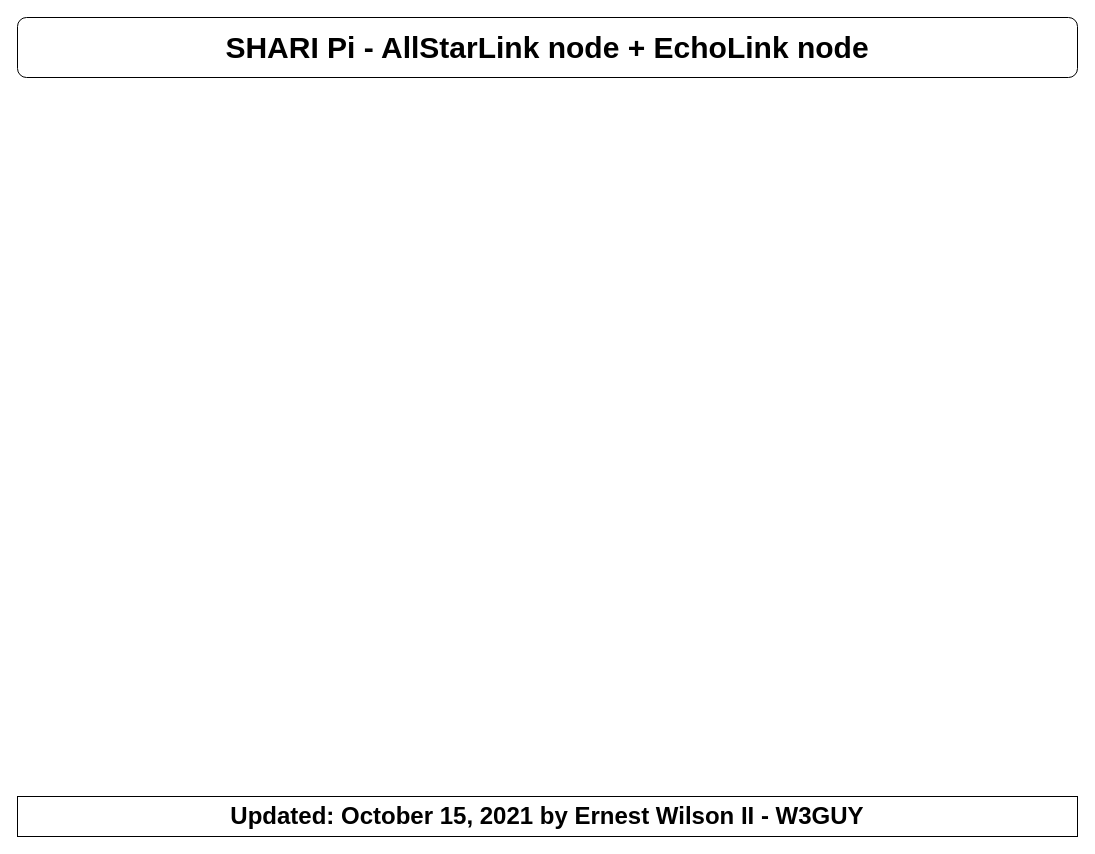
This is EchoLink-AllStarLink.drawio from ernestgwilsonii/EchoLink-AllStarLink, a draw.io file, before an edit. Source tidied: cells renumbered, new cells numbered last; positions are measured from the earlier drawing's top-left corner, leaving out a move shared by most shapes. Both pictures are drawn from the tidied source at 100%, with x=0, y=0 at pixel (17, 17). Pictures stored in the file or linked from it are replaced by grey dashed boxes.
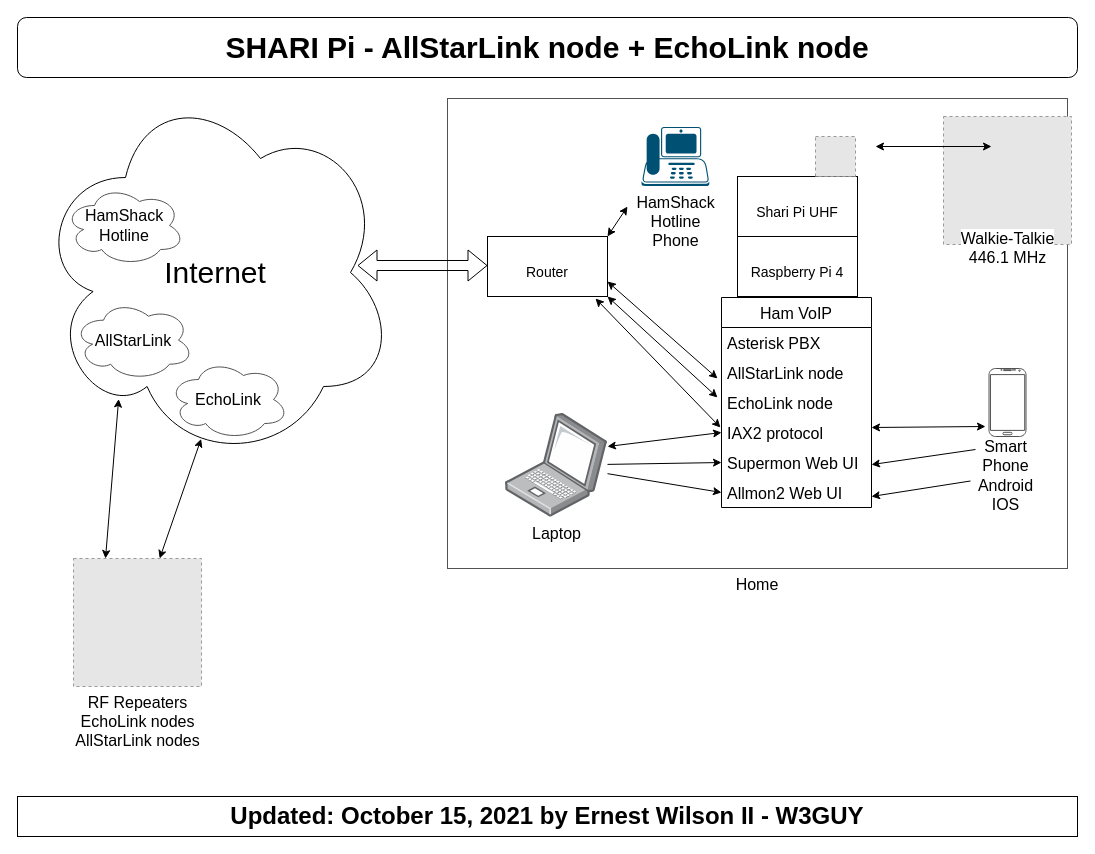
Above is the later version.

Change to the diagram source:
```diff
@@
+    <mxCell id="4" value="Home" style="rounded=0;whiteSpace=wrap;html=1;fontSize=16;strokeColor=#525252;labelPosition=center;verticalLabelPosition=bottom;align=center;verticalAlign=top;" parent="1" vertex="1">
+      <mxGeometry x="430" y="81" width="620" height="470" as="geometry" />
+    </mxCell>
@@
+    <mxCell id="5" value="Internet" style="ellipse;shape=cloud;whiteSpace=wrap;html=1;fontSize=30;" parent="1" vertex="1">
+      <mxGeometry x="18" y="65" width="360" height="380" as="geometry" />
+    </mxCell>
+    <mxCell id="6" value="&lt;font style=&quot;font-size: 14px&quot;&gt;Raspberry Pi 4&lt;/font&gt;" style="rounded=0;whiteSpace=wrap;html=1;fontSize=30;" parent="1" vertex="1">
+      <mxGeometry x="720" y="219" width="120" height="60" as="geometry" />
+    </mxCell>
+    <mxCell id="7" value="&lt;font style=&quot;font-size: 14px&quot;&gt;Shari Pi UHF&lt;br&gt;&lt;/font&gt;" style="rounded=0;whiteSpace=wrap;html=1;fontSize=30;" parent="1" vertex="1">
+      <mxGeometry x="720" y="159" width="120" height="60" as="geometry" />
+    </mxCell>
+    <mxCell id="8" style="fillColor=#E6E6E6;strokeColor=#999999;dashed=1;html=1;verticalAlign=top;verticalLabelPosition=bottom;labelBackgroundColor=#ffffff;fontSize=14;" parent="1" vertex="1">
+      <mxGeometry x="798" y="119" width="40" height="40" as="geometry" />
+    </mxCell>
+    <mxCell id="9" value="&lt;font style=&quot;font-size: 14px&quot;&gt;Router&lt;/font&gt;" style="rounded=0;whiteSpace=wrap;html=1;fontSize=30;" parent="1" vertex="1">
+      <mxGeometry x="470" y="219" width="120" height="60" as="geometry" />
+    </mxCell>
+    <mxCell id="10" value="&lt;font style=&quot;font-size: 16px&quot;&gt;Walkie-Talkie&lt;br&gt;446.1 MHz&lt;/font&gt;" style="fillColor=#E6E6E6;strokeColor=#999999;dashed=1;html=1;verticalAlign=top;verticalLabelPosition=bottom;labelBackgroundColor=#ffffff;fontSize=14;spacing=-20;" parent="1" vertex="1">
+      <mxGeometry x="926" y="99" width="128" height="128" as="geometry" />
+    </mxCell>
+    <mxCell id="11" value="Ham VoIP" style="swimlane;fontStyle=0;horizontal=1;startSize=30;fontSize=16;" parent="1" vertex="1">
+      <mxGeometry x="704" y="280" width="150" height="210" as="geometry" />
+    </mxCell>
+    <mxCell id="12" value="Asterisk PBX" style="text;strokeColor=none;fillColor=none;align=left;verticalAlign=middle;spacingLeft=4;spacingRight=4;overflow=hidden;fontSize=16;" parent="11" vertex="1">
+      <mxGeometry y="30" width="150" height="30" as="geometry" />
+    </mxCell>
+    <mxCell id="13" value="AllStarLink node" style="text;strokeColor=none;fillColor=none;align=left;verticalAlign=middle;spacingLeft=4;spacingRight=4;overflow=hidden;fontSize=16;" parent="11" vertex="1">
+      <mxGeometry y="60" width="150" height="30" as="geometry" />
+    </mxCell>
+    <mxCell id="14" value="EchoLink node" style="text;strokeColor=none;fillColor=none;align=left;verticalAlign=middle;spacingLeft=4;spacingRight=4;overflow=hidden;fontSize=16;" parent="11" vertex="1">
+      <mxGeometry y="90" width="150" height="30" as="geometry" />
+    </mxCell>
+    <mxCell id="15" value="IAX2 protocol" style="text;strokeColor=none;fillColor=none;align=left;verticalAlign=middle;spacingLeft=4;spacingRight=4;overflow=hidden;points=[[0,0.5],[1,0.5]];portConstraint=eastwest;fontSize=16;" parent="11" vertex="1">
+      <mxGeometry y="120" width="150" height="30" as="geometry" />
+    </mxCell>
+    <mxCell id="16" value="Supermon Web UI" style="text;strokeColor=none;fillColor=none;align=left;verticalAlign=middle;spacingLeft=4;spacingRight=4;overflow=hidden;points=[[0,0.5],[1,0.5]];portConstraint=eastwest;fontSize=16;" parent="11" vertex="1">
+      <mxGeometry y="150" width="150" height="30" as="geometry" />
+    </mxCell>
+    <mxCell id="17" value="Allmon2 Web UI" style="text;strokeColor=none;fillColor=none;align=left;verticalAlign=middle;spacingLeft=4;spacingRight=4;overflow=hidden;points=[[0,0.5],[1,0.5]];portConstraint=eastwest;fontSize=16;" parent="11" vertex="1">
+      <mxGeometry y="180" width="150" height="30" as="geometry" />
+    </mxCell>
+    <mxCell id="18" value="Laptop" style="points=[];html=1;align=center;shadow=0;dashed=0;image;image=img/lib/allied_telesis/computer_and_terminals/Laptop.svg;fontSize=16;" parent="1" vertex="1">
+      <mxGeometry x="488" y="396" width="102" height="103.5" as="geometry" />
+    </mxCell>
+    <mxCell id="19" style="endArrow=classic;html=1;rounded=0;fontSize=16;entryX=0;entryY=0.5;entryDx=0;entryDy=0;" parent="1" edge="1" source="18" target="16">
+      <mxGeometry relative="1" as="geometry" />
+    </mxCell>
+    <mxCell id="20" style="endArrow=classic;startArrow=classic;html=1;rounded=0;fontSize=16;entryX=0;entryY=0.5;entryDx=0;entryDy=0;" parent="1" edge="1" target="15">
+      <mxGeometry relative="1" as="geometry">
+        <mxPoint x="590" y="429" as="sourcePoint" />
+      </mxGeometry>
+    </mxCell>
+    <mxCell id="21" style="endArrow=classic;html=1;rounded=0;fontSize=16;entryX=0;entryY=0.5;entryDx=0;entryDy=0;" parent="1" edge="1" source="18" target="17">
+      <mxGeometry relative="1" as="geometry" />
+    </mxCell>
+    <mxCell id="22" style="endArrow=classic;startArrow=classic;html=1;rounded=0;fontSize=16;" parent="1" edge="1">
+      <mxGeometry relative="1" as="geometry">
+        <mxPoint x="858" y="129" as="sourcePoint" />
+        <mxPoint x="974" y="129" as="targetPoint" />
+      </mxGeometry>
+    </mxCell>
+    <mxCell id="23" style="verticalLabelPosition=bottom;verticalAlign=top;html=1;shadow=0;dashed=0;strokeWidth=1;shape=mxgraph.android.phone2;strokeColor=#525252;fontSize=16;" parent="1" vertex="1">
+      <mxGeometry x="971.5" y="351" width="37" height="68" as="geometry" />
+    </mxCell>
+    <mxCell id="24" value="Smart&lt;br&gt;Phone&lt;br&gt;Android&lt;br&gt;IOS" style="text;html=1;align=center;verticalAlign=middle;points=[];strokeColor=none;fillColor=none;fontSize=16;" parent="1" vertex="1">
+      <mxGeometry x="953" y="418" width="70" height="80" as="geometry" />
+    </mxCell>
+    <mxCell id="25" style="endArrow=classic;html=1;rounded=0;fontSize=16;" parent="1" edge="1">
+      <mxGeometry relative="1" as="geometry">
+        <mxPoint x="958" y="432" as="sourcePoint" />
+        <mxPoint x="854" y="447.1" as="targetPoint" />
+      </mxGeometry>
+    </mxCell>
+    <mxCell id="26" style="endArrow=classic;html=1;rounded=0;fontSize=16;" parent="1" edge="1" source="24">
+      <mxGeometry relative="1" as="geometry">
+        <mxPoint x="854" y="479" as="targetPoint" />
+      </mxGeometry>
+    </mxCell>
+    <mxCell id="27" style="endArrow=classic;startArrow=classic;html=1;rounded=0;fontSize=16;exitX=1;exitY=0.5;exitDx=0;exitDy=0;" parent="1" edge="1">
+      <mxGeometry relative="1" as="geometry">
+        <mxPoint x="854" y="410" as="sourcePoint" />
+        <mxPoint x="968" y="409" as="targetPoint" />
+      </mxGeometry>
+    </mxCell>
+    <mxCell id="28" style="endArrow=classic;startArrow=classic;html=1;rounded=0;fontSize=16;exitX=1;exitY=1;exitDx=0;exitDy=0;" parent="1" edge="1" source="9">
+      <mxGeometry relative="1" as="geometry">
+        <mxPoint x="700" y="380" as="targetPoint" />
+      </mxGeometry>
+    </mxCell>
+    <mxCell id="29" style="endArrow=classic;startArrow=classic;html=1;rounded=0;fontSize=16;exitX=1;exitY=0.75;exitDx=0;exitDy=0;" parent="1" edge="1" source="9">
+      <mxGeometry relative="1" as="geometry">
+        <mxPoint x="700" y="361" as="targetPoint" />
+      </mxGeometry>
+    </mxCell>
+    <mxCell id="30" value="AllStarLink" style="ellipse;shape=cloud;whiteSpace=wrap;html=1;fontSize=16;strokeColor=#525252;" parent="1" vertex="1">
+      <mxGeometry x="56" y="282.7" width="120" height="80" as="geometry" />
+    </mxCell>
+    <mxCell id="31" value="EchoLink" style="ellipse;shape=cloud;whiteSpace=wrap;html=1;fontSize=16;strokeColor=#525252;" parent="1" vertex="1">
+      <mxGeometry x="151" y="342" width="120" height="80" as="geometry" />
+    </mxCell>
+    <mxCell id="32" value="HamShack&lt;br&gt;Hotline" style="ellipse;shape=cloud;whiteSpace=wrap;html=1;fontSize=16;strokeColor=#525252;" parent="1" vertex="1">
+      <mxGeometry x="47" y="168" width="120" height="80" as="geometry" />
+    </mxCell>
+    <mxCell id="33" value="HamShack&lt;br&gt;Hotline&lt;br&gt;Phone" style="verticalLabelPosition=bottom;sketch=0;html=1;verticalAlign=top;align=center;shape=mxgraph.cisco19.ip_phone;fillColor=#005073;strokeColor=none;fontSize=16;" parent="1" vertex="1">
+      <mxGeometry x="624" y="109.5" width="67.8" height="59" as="geometry" />
+    </mxCell>
+    <mxCell id="34" style="endArrow=classic;startArrow=classic;html=1;rounded=0;fontSize=16;" parent="1" edge="1">
+      <mxGeometry relative="1" as="geometry">
+        <mxPoint x="590" y="219" as="sourcePoint" />
+        <mxPoint x="610" y="189" as="targetPoint" />
+      </mxGeometry>
+    </mxCell>
+    <mxCell id="35" style="shape=flexArrow;endArrow=classic;startArrow=classic;html=1;rounded=0;fontSize=16;" parent="1" edge="1">
+      <mxGeometry relative="1" as="geometry">
+        <mxPoint x="340" y="248" as="sourcePoint" />
+        <mxPoint x="470" y="248" as="targetPoint" />
+      </mxGeometry>
+    </mxCell>
+    <mxCell id="36" value="RF Repeaters&lt;br&gt;EchoLink nodes&lt;br&gt;AllStarLink nodes" style="fillColor=#E6E6E6;strokeColor=#999999;dashed=1;html=1;verticalAlign=top;verticalLabelPosition=bottom;labelBackgroundColor=#ffffff;fontSize=16;" parent="1" vertex="1">
+      <mxGeometry x="56" y="541" width="128" height="128" as="geometry" />
+    </mxCell>
+    <mxCell id="37" style="endArrow=classic;startArrow=classic;html=1;rounded=0;fontSize=16;entryX=0.46;entryY=0.938;entryDx=0;entryDy=0;entryPerimeter=0;" parent="1" edge="1" source="36" target="5">
+      <mxGeometry relative="1" as="geometry" />
+    </mxCell>
+    <mxCell id="38" style="endArrow=classic;startArrow=classic;html=1;rounded=0;fontSize=16;entryX=0.231;entryY=0.833;entryDx=0;entryDy=0;entryPerimeter=0;exitX=0.25;exitY=0;exitDx=0;exitDy=0;" parent="1" edge="1" source="36" target="5">
+      <mxGeometry relative="1" as="geometry" />
+    </mxCell>
+    <mxCell id="39" style="endArrow=classic;startArrow=classic;html=1;rounded=0;fontSize=16;exitX=1;exitY=1;exitDx=0;exitDy=0;entryX=-0.027;entryY=0.3;entryDx=0;entryDy=0;entryPerimeter=0;" parent="1" edge="1">
+      <mxGeometry relative="1" as="geometry">
+        <mxPoint x="578" y="281" as="sourcePoint" />
+        <mxPoint x="703" y="410" as="targetPoint" />
+      </mxGeometry>
+    </mxCell>
```
